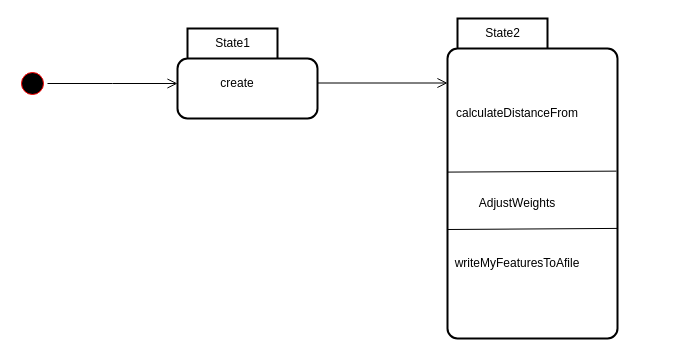
Before: ActorStateMachineDiagram.drawio in vanelopethecoder/som-basic, a draw.io diagram. Source tidied: cells renumbered, new cells numbered last; positions are measured from the earlier drawing's top-left corner, leaving out a move shared by most shapes. Both pictures are drawn from the tidied source at 100%, with x=0, y=0 at pixel (17, 18).
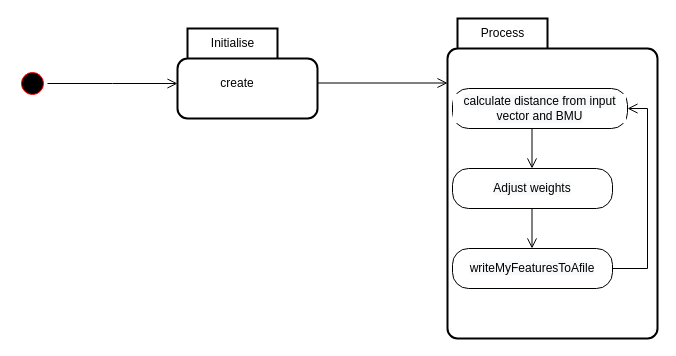
The same diagram, later.

Change to the diagram source:
```diff
@@
-    <mxCell id="4" value="State1" style="shape=folder;align=center;verticalAlign=middle;fontStyle=0;tabWidth=100;tabHeight=30;tabPosition=left;html=1;boundedLbl=1;labelInHeader=1;rounded=1;absoluteArcSize=1;arcSize=10;strokeWidth=2;" parent="1" vertex="1">
+    <mxCell id="4" value="Initialise" style="shape=folder;align=center;verticalAlign=middle;fontStyle=0;tabWidth=100;tabHeight=30;tabPosition=left;html=1;boundedLbl=1;labelInHeader=1;rounded=1;absoluteArcSize=1;arcSize=10;strokeWidth=2;" parent="1" vertex="1">
       <mxGeometry x="160" y="10" width="140" height="90" as="geometry" />
     </mxCell>
@@
-    <mxCell id="7" value="State2" style="shape=folder;align=center;verticalAlign=middle;fontStyle=0;tabWidth=100;tabHeight=30;tabPosition=left;html=1;boundedLbl=1;labelInHeader=1;rounded=1;absoluteArcSize=1;arcSize=10;strokeWidth=2;" parent="1" vertex="1">
-      <mxGeometry x="430" width="170" height="320" as="geometry" />
+    <mxCell id="7" value="Process" style="shape=folder;align=center;verticalAlign=middle;fontStyle=0;tabWidth=100;tabHeight=30;tabPosition=left;html=1;boundedLbl=1;labelInHeader=1;rounded=1;absoluteArcSize=1;arcSize=10;strokeWidth=2;" parent="1" vertex="1">
+      <mxGeometry x="430" width="210" height="320" as="geometry" />
     </mxCell>
-    <mxCell id="8" style="endArrow=none;html=1;rounded=0;strokeColor=#000000;exitX=0;exitY=0.48;exitDx=0;exitDy=0;exitPerimeter=0;entryX=0.994;entryY=0.477;entryDx=0;entryDy=0;entryPerimeter=0;" parent="1" edge="1" source="7" target="7">
-      <mxGeometry relative="1" as="geometry" />
-    </mxCell>
-    <mxCell id="9" value="calculateDistanceFrom" style="text;html=1;strokeColor=none;fillColor=none;align=center;verticalAlign=middle;whiteSpace=wrap;rounded=0;" parent="1" vertex="1">
-      <mxGeometry x="445" y="80" width="110" height="30" as="geometry" />
-    </mxCell>
-    <mxCell id="10" value="AdjustWeights" style="text;html=1;strokeColor=none;fillColor=none;align=center;verticalAlign=middle;whiteSpace=wrap;rounded=0;" parent="1" vertex="1">
-      <mxGeometry x="445" y="170" width="110" height="30" as="geometry" />
-    </mxCell>
-    <mxCell id="11" style="endArrow=none;html=1;rounded=0;strokeColor=#000000;exitX=0;exitY=0.48;exitDx=0;exitDy=0;exitPerimeter=0;entryX=0.998;entryY=0.656;entryDx=0;entryDy=0;entryPerimeter=0;" parent="1" edge="1" target="7">
-      <mxGeometry relative="1" as="geometry">
-        <mxPoint x="430" y="211" as="sourcePoint" />
-      </mxGeometry>
-    </mxCell>
+    <mxCell id="13" value="&lt;span style=&quot;background-color: rgb(248 , 249 , 250)&quot;&gt;calculate distance from input vector and BMU&lt;/span&gt;" style="rounded=1;whiteSpace=wrap;html=1;arcSize=40;fontColor=#000000;fillColor=#FFFFFF;strokeColor=#000000;labelBackgroundColor=default;" parent="1" vertex="1">
+      <mxGeometry x="435" y="70" width="175" height="40" as="geometry" />
+    </mxCell>
+    <mxCell id="14" value="&lt;span style=&quot;background-color: rgb(248 , 249 , 250)&quot;&gt;Adjust weights&lt;/span&gt;" style="rounded=1;whiteSpace=wrap;html=1;arcSize=40;fontColor=#000000;fillColor=#FFFFFF;strokeColor=#000000;labelBackgroundColor=default;" parent="1" vertex="1">
+      <mxGeometry x="435" y="150" width="160" height="40" as="geometry" />
+    </mxCell>
-    <mxCell id="12" value="writeMyFeaturesToAfile" style="text;html=1;strokeColor=none;fillColor=none;align=center;verticalAlign=middle;whiteSpace=wrap;rounded=0;" parent="1" vertex="1">
-      <mxGeometry x="445" y="230" width="110" height="30" as="geometry" />
+    <mxCell id="12" value="&lt;span style=&quot;background-color: rgb(248 , 249 , 250)&quot;&gt;writeMyFeaturesToAfile&lt;/span&gt;" style="rounded=1;whiteSpace=wrap;html=1;arcSize=40;fontColor=#000000;fillColor=#FFFFFF;strokeColor=#000000;labelBackgroundColor=default;" parent="1" vertex="1">
+      <mxGeometry x="435" y="230" width="160" height="40" as="geometry" />
     </mxCell>
+    <mxCell id="15" style="edgeStyle=orthogonalEdgeStyle;html=1;verticalAlign=bottom;endArrow=open;endSize=8;strokeColor=#000000;rounded=0;" parent="1" edge="1">
+      <mxGeometry relative="1" as="geometry">
+        <mxPoint x="514.5" y="110" as="sourcePoint" />
+        <mxPoint x="514.5" y="150" as="targetPoint" />
+        <Array as="points">
+          <mxPoint x="514.5" y="150" />
+        </Array>
+      </mxGeometry>
+    </mxCell>
+    <mxCell id="16" style="edgeStyle=orthogonalEdgeStyle;html=1;verticalAlign=bottom;endArrow=open;endSize=8;strokeColor=#000000;rounded=0;" parent="1" edge="1">
+      <mxGeometry relative="1" as="geometry">
+        <mxPoint x="514.5" y="190" as="sourcePoint" />
+        <mxPoint x="514.5" y="230" as="targetPoint" />
+        <Array as="points">
+          <mxPoint x="514.5" y="230" />
+        </Array>
+      </mxGeometry>
+    </mxCell>
+    <mxCell id="17" style="edgeStyle=orthogonalEdgeStyle;html=1;verticalAlign=bottom;endArrow=open;endSize=8;strokeColor=#000000;rounded=0;entryX=1;entryY=0.5;entryDx=0;entryDy=0;" parent="1" edge="1" target="13">
+      <mxGeometry relative="1" as="geometry">
+        <mxPoint x="595" y="250" as="sourcePoint" />
+        <Array as="points">
+          <mxPoint x="630" y="250" />
+          <mxPoint x="630" y="90" />
+        </Array>
+      </mxGeometry>
+    </mxCell>
```
